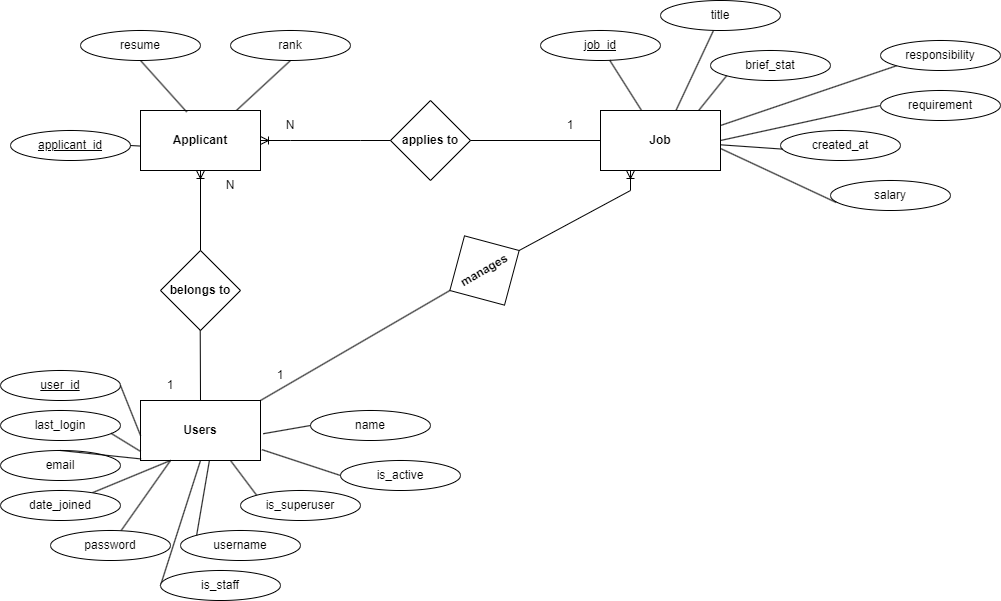
SaurabhSubedi/Hire-Hawk keeps this draw.io diagram as Docs/Presentation/ErDiagramofHireHawk.drawio.png. Above is the earlier version. Source tidied: cells renumbered, new cells last; positions are measured from the earlier drawing's top-left corner, leaving out a move shared by most shapes.
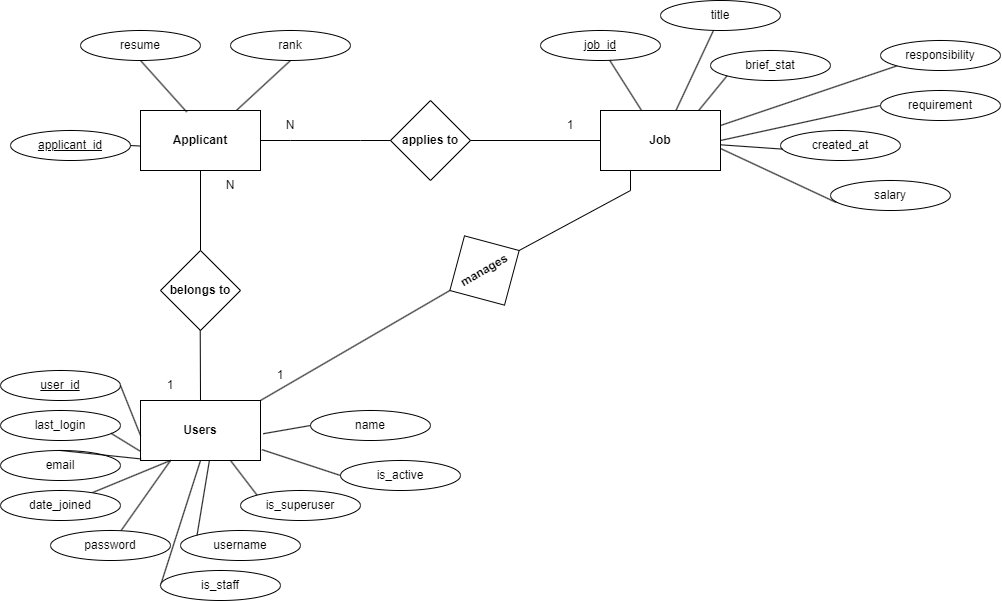
After the commit.

Change to the diagram source:
```diff
@@ -121,7 +121,7 @@
     <mxCell id="39" value="1" style="text;strokeColor=none;align=center;fillColor=none;html=1;verticalAlign=middle;whiteSpace=wrap;rounded=0;" parent="1" vertex="1">
       <mxGeometry x="540" y="110" width="60" height="30" as="geometry" />
     </mxCell>
-    <mxCell id="40" style="edgeStyle=entityRelationEdgeStyle;fontSize=12;html=1;endArrow=ERoneToMany;rounded=0;entryX=0;entryY=1;entryDx=0;entryDy=0;exitX=0;exitY=0.5;exitDx=0;exitDy=0;" parent="1" edge="1" source="6" target="38">
+    <mxCell id="40" style="edgeStyle=entityRelationEdgeStyle;fontSize=12;html=1;endArrow=none;rounded=0;entryX=0;entryY=1;entryDx=0;entryDy=0;exitX=0;exitY=0.5;exitDx=0;exitDy=0;endFill=0;" parent="1" edge="1" source="6" target="38">
       <mxGeometry relative="1" as="geometry" />
     </mxCell>
     <mxCell id="41" value="1" style="text;strokeColor=none;align=center;fillColor=none;html=1;verticalAlign=middle;whiteSpace=wrap;rounded=0;" parent="1" vertex="1">
@@ -130,13 +130,13 @@
     <mxCell id="42" value="N" style="text;strokeColor=none;align=center;fillColor=none;html=1;verticalAlign=middle;whiteSpace=wrap;rounded=0;" parent="1" vertex="1">
       <mxGeometry x="200" y="170" width="60" height="30" as="geometry" />
     </mxCell>
-    <mxCell id="43" style="fontSize=12;html=1;endArrow=ERoneToMany;rounded=0;entryX=0;entryY=0;entryDx=0;entryDy=0;exitX=0.5;exitY=0;exitDx=0;exitDy=0;" parent="1" edge="1" source="9" target="42">
+    <mxCell id="43" style="fontSize=12;html=1;endArrow=none;rounded=0;entryX=0;entryY=0;entryDx=0;entryDy=0;exitX=0.5;exitY=0;exitDx=0;exitDy=0;endFill=0;" parent="1" edge="1" source="9" target="42">
       <mxGeometry relative="1" as="geometry" />
     </mxCell>
     <mxCell id="44" value="1" style="text;strokeColor=none;align=center;fillColor=none;html=1;verticalAlign=middle;whiteSpace=wrap;rounded=0;" parent="1" vertex="1">
       <mxGeometry x="250" y="360" width="60" height="30" as="geometry" />
     </mxCell>
-    <mxCell id="45" style="fontSize=12;html=1;endArrow=ERoneToMany;rounded=0;exitX=1;exitY=0.5;exitDx=0;exitDy=0;entryX=0.25;entryY=1;entryDx=0;entryDy=0;" parent="1" edge="1" source="36" target="5">
+    <mxCell id="45" style="fontSize=12;html=1;endArrow=none;rounded=0;exitX=1;exitY=0.5;exitDx=0;exitDy=0;entryX=0.25;entryY=1;entryDx=0;entryDy=0;endFill=0;" parent="1" edge="1" source="36" target="5">
       <mxGeometry relative="1" as="geometry">
         <Array as="points">
           <mxPoint x="630" y="190" />
```
